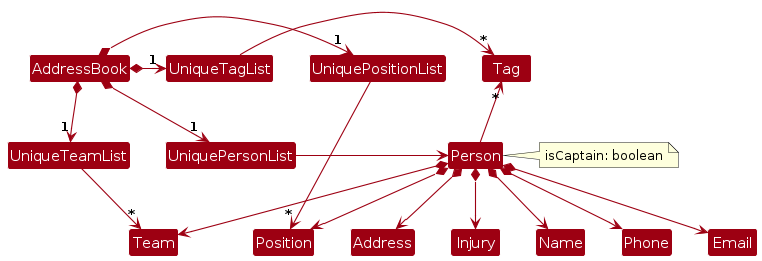
Before: diagrams/BetterModelClassDiagram.png, a diagram exported from PlantUML (AY2526S1-CS2103T-T13-3/tp). Its source is kept beside it as diagrams/BetterModelClassDiagram.puml.
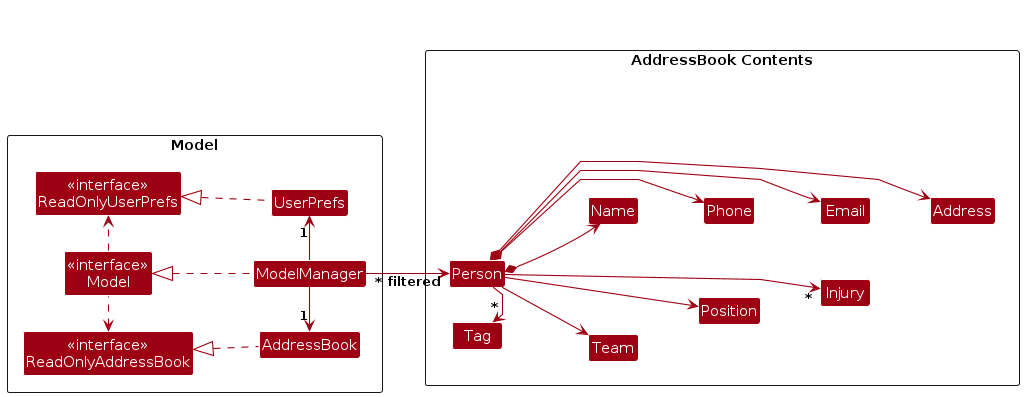
Above is the later version.

What changed in the source:
```diff
@@ -3,30 +3,64 @@
 skinparam arrowThickness 1.1
 skinparam arrowColor MODEL_COLOR
 skinparam classBackgroundColor MODEL_COLOR
+skinparam linetype polyline
+left to right direction
 
-AddressBook *-right-> "1" UniquePersonList
-AddressBook *-right-> "1" UniqueTagList
-AddressBook *-right-> "1" UniqueTeamList
-AddressBook *-right-> "1" UniquePositionList
-UniqueTagList -[hidden]down- UniquePersonList
-UniqueTagList -[hidden]down- UniquePersonList
+Package Model as ModelPackage <<Rectangle>>{
+Class "<<interface>>\nReadOnlyAddressBook" as ReadOnlyAddressBook
+Class "<<interface>>\nReadOnlyUserPrefs" as ReadOnlyUserPrefs
+Class "<<interface>>\nModel" as Model
+Class AddressBook
+Class ModelManager
+Class UserPrefs
+}
 
-UniqueTagList -right-> "*" Tag
-UniqueTeamList -right-> "*" Team
-UniquePositionList -right-> "*" Position
-UniquePersonList -right-> Person
+AddressBook .up.|> ReadOnlyAddressBook
+ModelManager .up.|> Model
+Model .right.> ReadOnlyUserPrefs
+Model .left.> ReadOnlyAddressBook
+ModelManager -left-> "1" AddressBook
+ModelManager -right-> "1" UserPrefs
+UserPrefs .up.|> ReadOnlyUserPrefs
 
-Person -up-> "*" Tag
+package "AddressBook Contents" as ABC <<Rectangle>> {
+  together {
+    class Person
+    class Tag
+    class Team
+    class Position
+    class Injury
+  }
+  together {
+    class Name
+    class Phone
+    class Email
+    class Address
+  }
+}
 
-Person *--> Name
-Person *--> Phone
-Person *--> Email
-Person *--> Address
-Person *--> Team
-Person *--> Position
-Person *--> Injury
+Person -right-> "*" Tag
 
-note right of Person
-  isCaptain: boolean
-end note
+Person *-down-> Name
+Person *-down-> Phone
+Person *-down-> Email
+Person *-down-> Address
+Person -right-> Team
+Person -right-> Position
+Person -right-> "*" Injury
+
+ModelManager --> "~* filtered" Person
+
+Class "Layout Guide" as ColGuide #FFFFFF
+ColGuide -[hidden]down- Person
+ColGuide -[hidden]right- Person
+Person -[hidden]right- Tag
+Tag -[hidden]down- Team
+Team -[hidden]down- Position
+Position -[hidden]down- Injury
+Person -[hidden]down- Name
+Name -[hidden]down- Phone
+Phone -[hidden]down- Email
+Email -[hidden]down- Address
+
 @enduml
```
